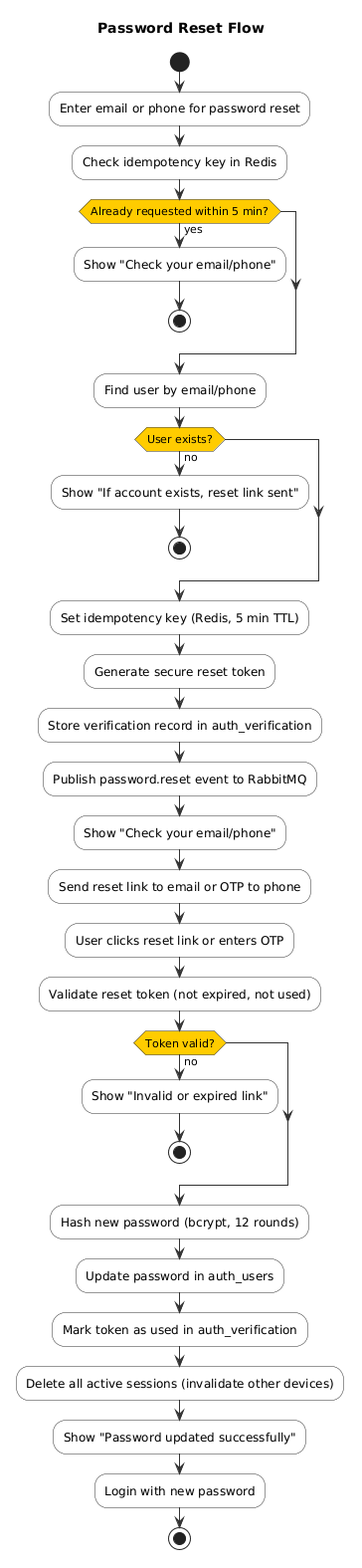
This is modules/auth/images/activity/password-reset-activity.png from namnh240795/document, a PlantUML export, as it was before one commit. Source of this version:
```plantuml
@startuml

skinparam activity {
  BackgroundColor #F8F8F8
  BorderColor #333333
  ArrowColor #333333
  DiamondBackgroundColor #FFCC00
  DiamondBorderColor #333333
}

title Password Reset Flow

start

:Enter email or phone for password reset;

:Check idempotency key in Redis;

if (Already requested within 5 min?) then (yes)
  :Show "Check your email/phone";
  stop
endif

:Find user by email/phone;

if (User exists?) then (no)
  :Show "If account exists, reset link sent";
  stop
endif

:Set idempotency key (Redis, 5 min TTL);

:Generate secure reset token;

:Store verification record in auth_verification;

:Publish password.reset event to RabbitMQ;

:Show "Check your email/phone";

:Send reset link to email or OTP to phone;

:User clicks reset link or enters OTP;

:Validate reset token (not expired, not used);

if (Token valid?) then (no)
  :Show "Invalid or expired link";
  stop
endif

:Hash new password (bcrypt, 12 rounds);

:Update password in auth_users;

:Mark token as used in auth_verification;

:Delete all active sessions (invalidate other devices);

:Show "Password updated successfully";

:Login with new password;

stop

@enduml
```
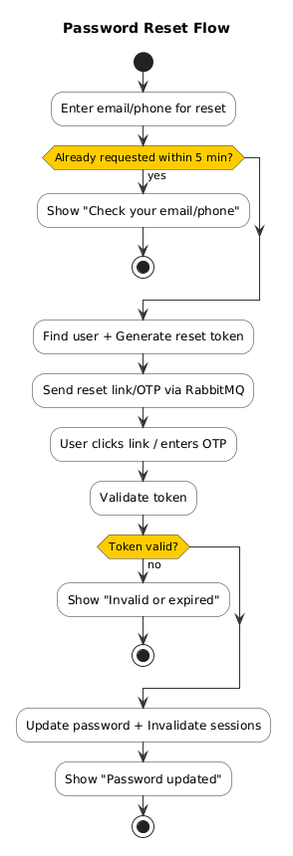
The same diagram one commit later.

Change to the diagram source:
```diff
@@ -12,54 +12,29 @@
 
 start
 
-:Enter email or phone for password reset;
-
-:Check idempotency key in Redis;
+:Enter email/phone for reset;
 
 if (Already requested within 5 min?) then (yes)
   :Show "Check your email/phone";
   stop
 endif
 
-:Find user by email/phone;
+:Find user + Generate reset token;
 
-if (User exists?) then (no)
-  :Show "If account exists, reset link sent";
+:Send reset link/OTP via RabbitMQ;
+
+:User clicks link / enters OTP;
+
+:Validate token;
+
+if (Token valid?) then (no)
+  :Show "Invalid or expired";
   stop
 endif
 
-:Set idempotency key (Redis, 5 min TTL);
+:Update password + Invalidate sessions;
 
-:Generate secure reset token;
-
-:Store verification record in auth_verification;
-
-:Publish password.reset event to RabbitMQ;
-
-:Show "Check your email/phone";
-
-:Send reset link to email or OTP to phone;
-
-:User clicks reset link or enters OTP;
-
-:Validate reset token (not expired, not used);
-
-if (Token valid?) then (no)
-  :Show "Invalid or expired link";
-  stop
-endif
-
-:Hash new password (bcrypt, 12 rounds);
-
-:Update password in auth_users;
-
-:Mark token as used in auth_verification;
-
-:Delete all active sessions (invalidate other devices);
-
-:Show "Password updated successfully";
-
-:Login with new password;
+:Show "Password updated";
 
 stop
 
```
